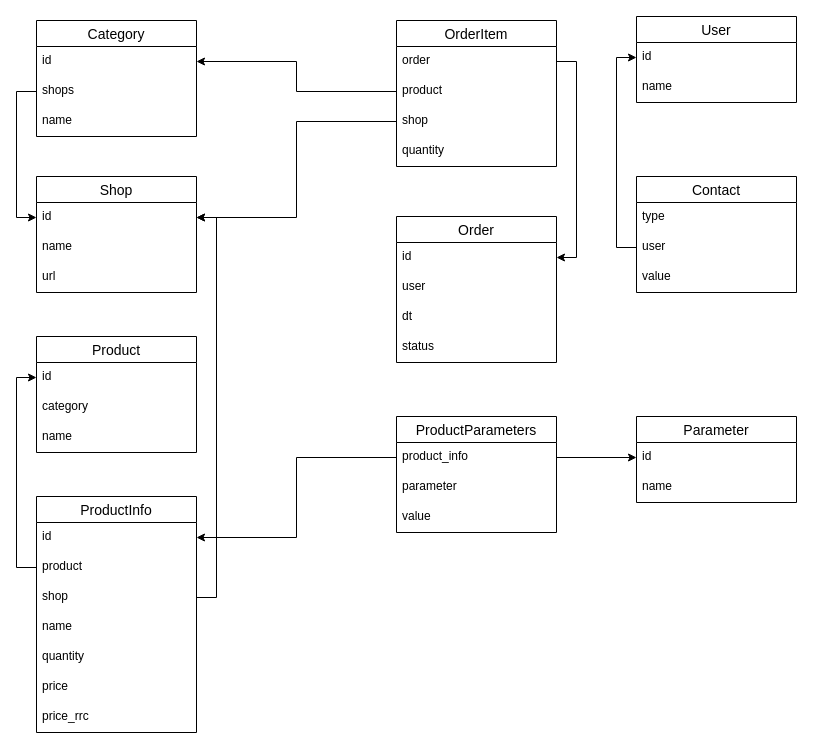
This is schema_orders.drawio from TVP-18/python-final-diplom, a draw.io file, before an edit. Source tidied: cells renumbered, new cells numbered last; positions are measured from the earlier drawing's top-left corner, leaving out a move shared by most shapes. Both pictures are drawn from the tidied source at 100%, with x=0, y=0 at pixel (36, 16).
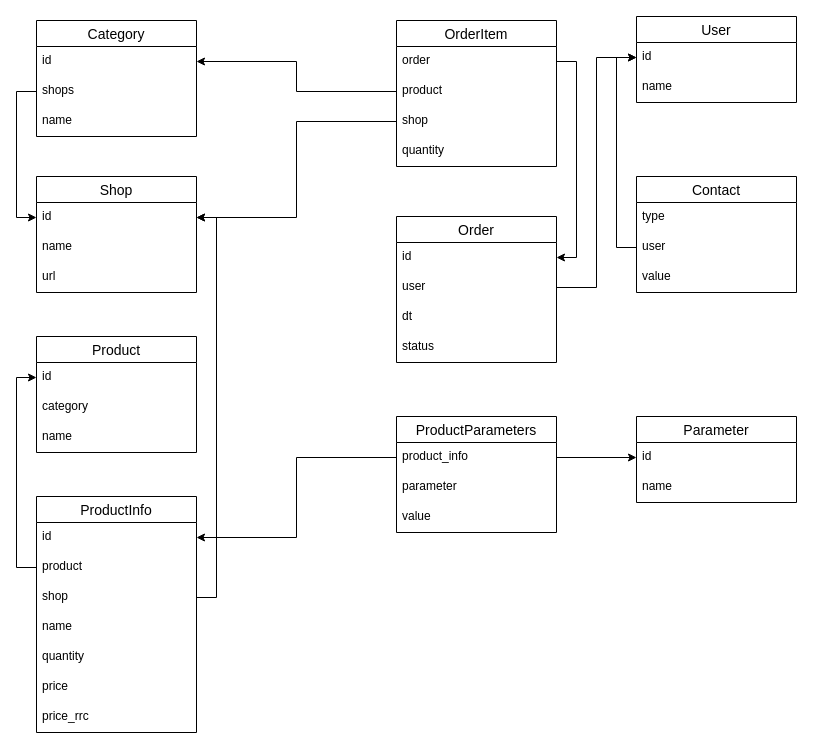
Above is the later version.

Commit message:
Схема базы данных (png)

The change refers to these unchanged cells:
```xml
<mxCell id="34" value="user" style="text;strokeColor=none;fillColor=none;spacingLeft=4;spacingRight=4;overflow=hidden;points=[[0,0.5],[1,0.5]];portConstraint=eastwest;fontSize=12;" parent="32" vertex="1">
  <mxGeometry y="56" width="160" height="30" as="geometry" />
</mxCell>
<mxCell id="47" value="id" style="text;strokeColor=none;fillColor=none;spacingLeft=4;spacingRight=4;overflow=hidden;points=[[0,0.5],[1,0.5]];portConstraint=eastwest;fontSize=12;" parent="46" vertex="1">
  <mxGeometry y="26" width="160" height="30" as="geometry" />
</mxCell>
```

The edit, as a diff of the source:
```diff
@@
+    <mxCell id="57" style="edgeStyle=orthogonalEdgeStyle;rounded=0;jettySize=auto;html=1;exitX=1;exitY=0.5;exitDx=0;exitDy=0;" parent="1" edge="1" source="34" target="47">
+      <mxGeometry relative="1" as="geometry" />
+    </mxCell>
```
